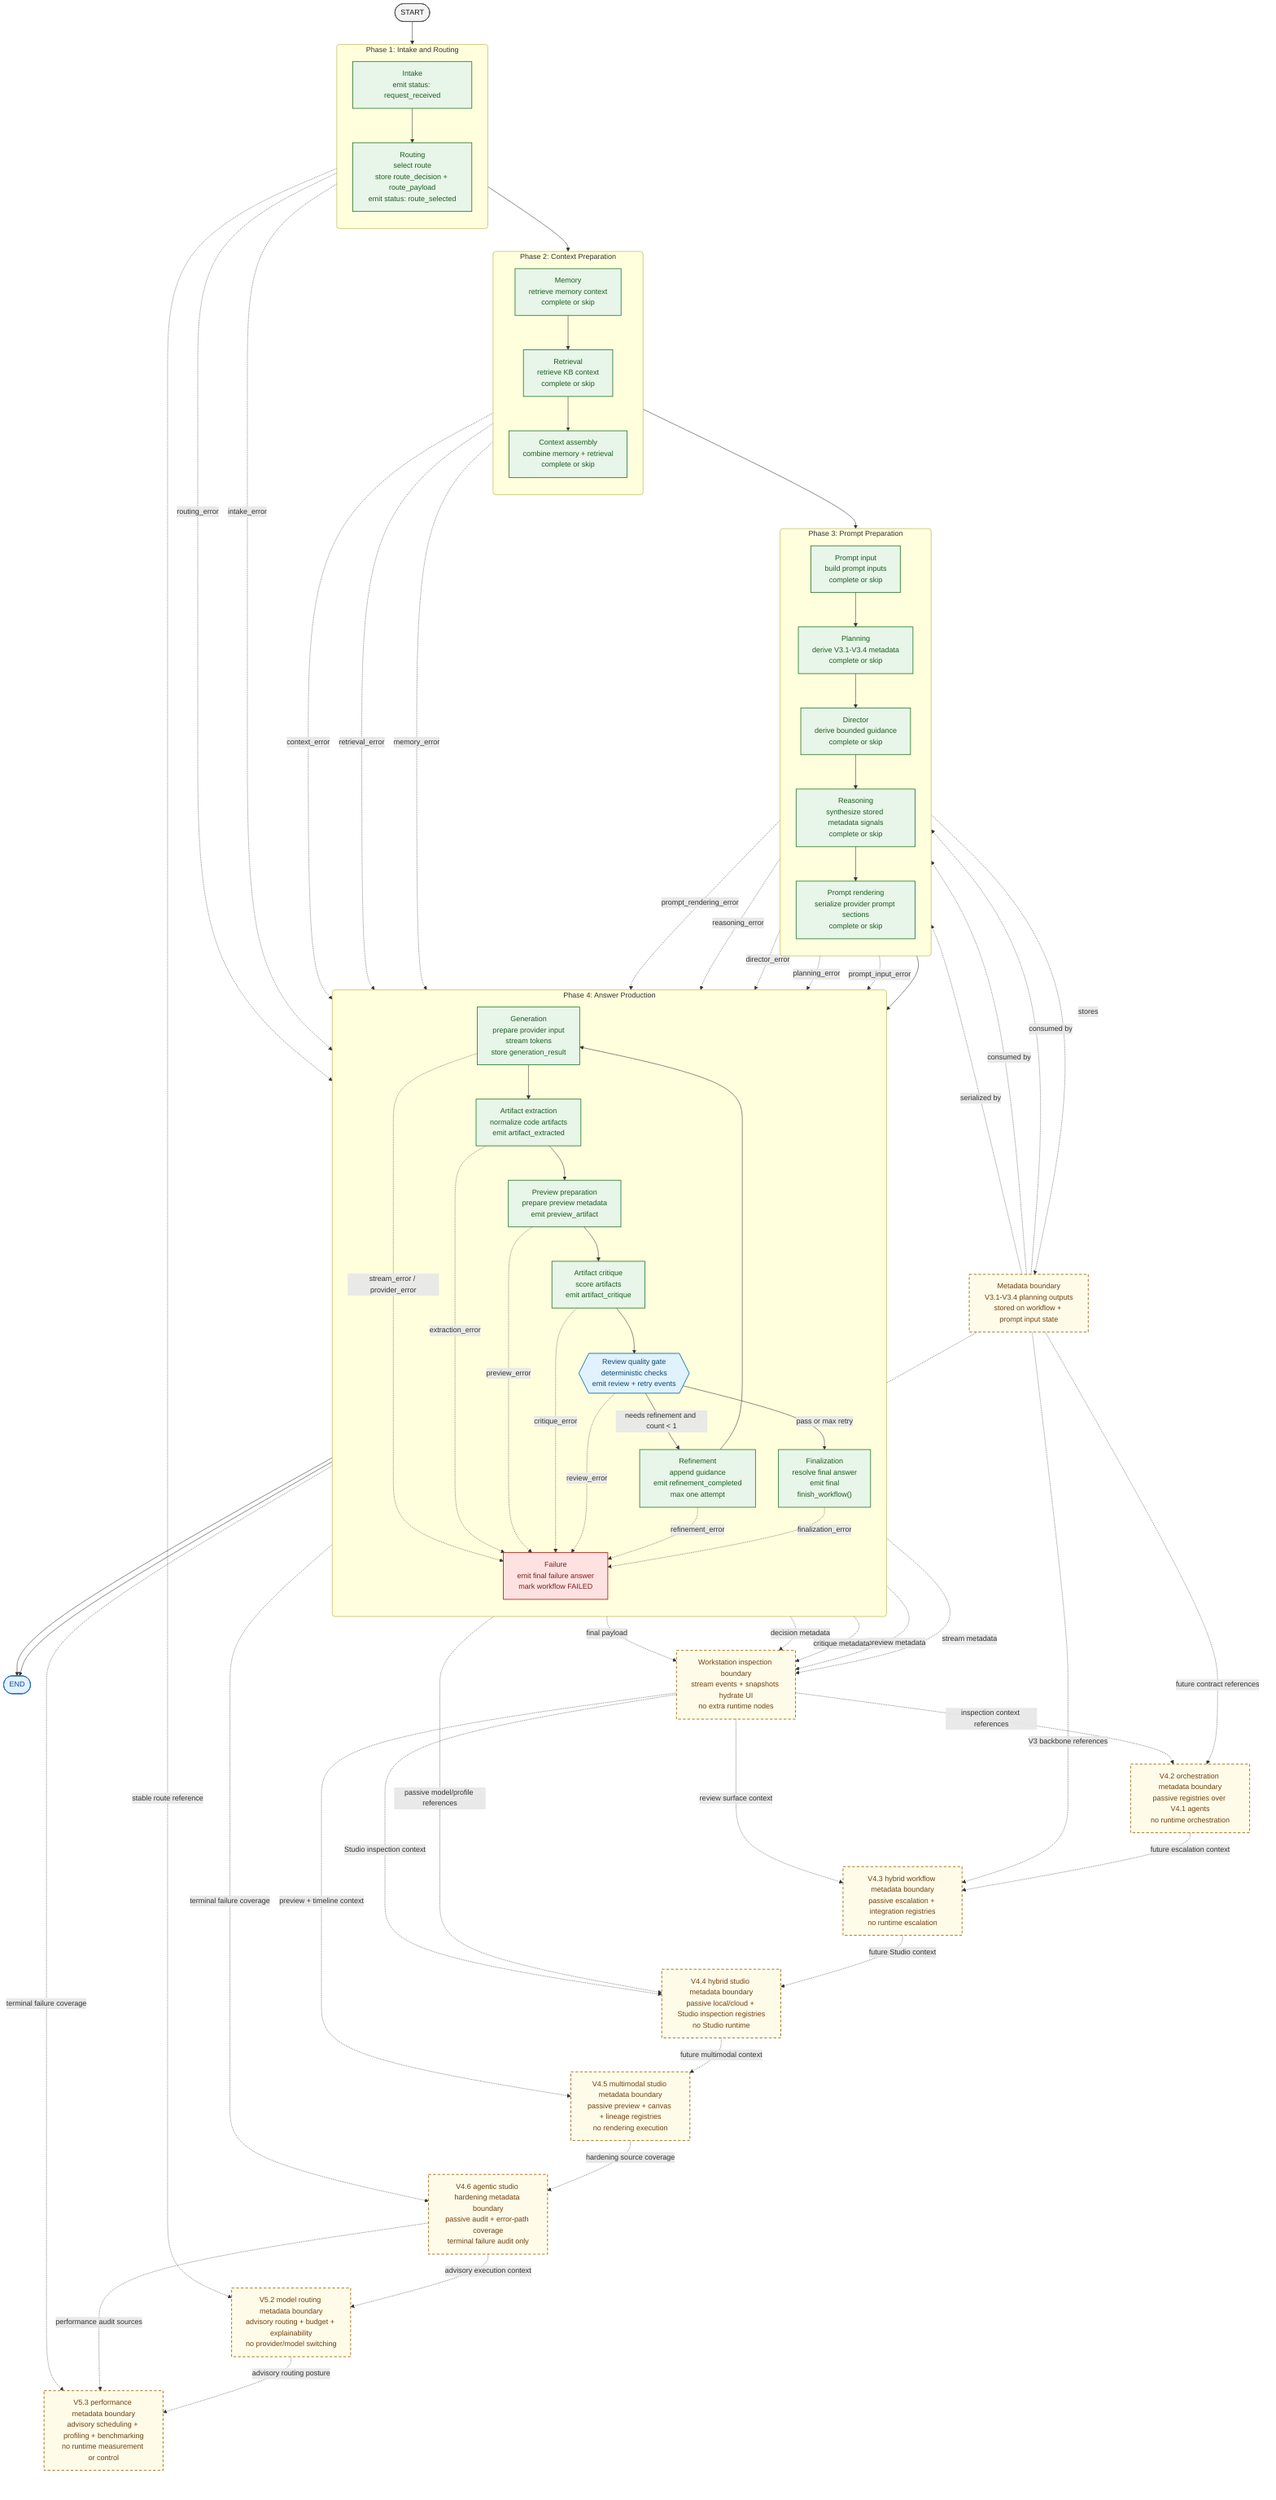
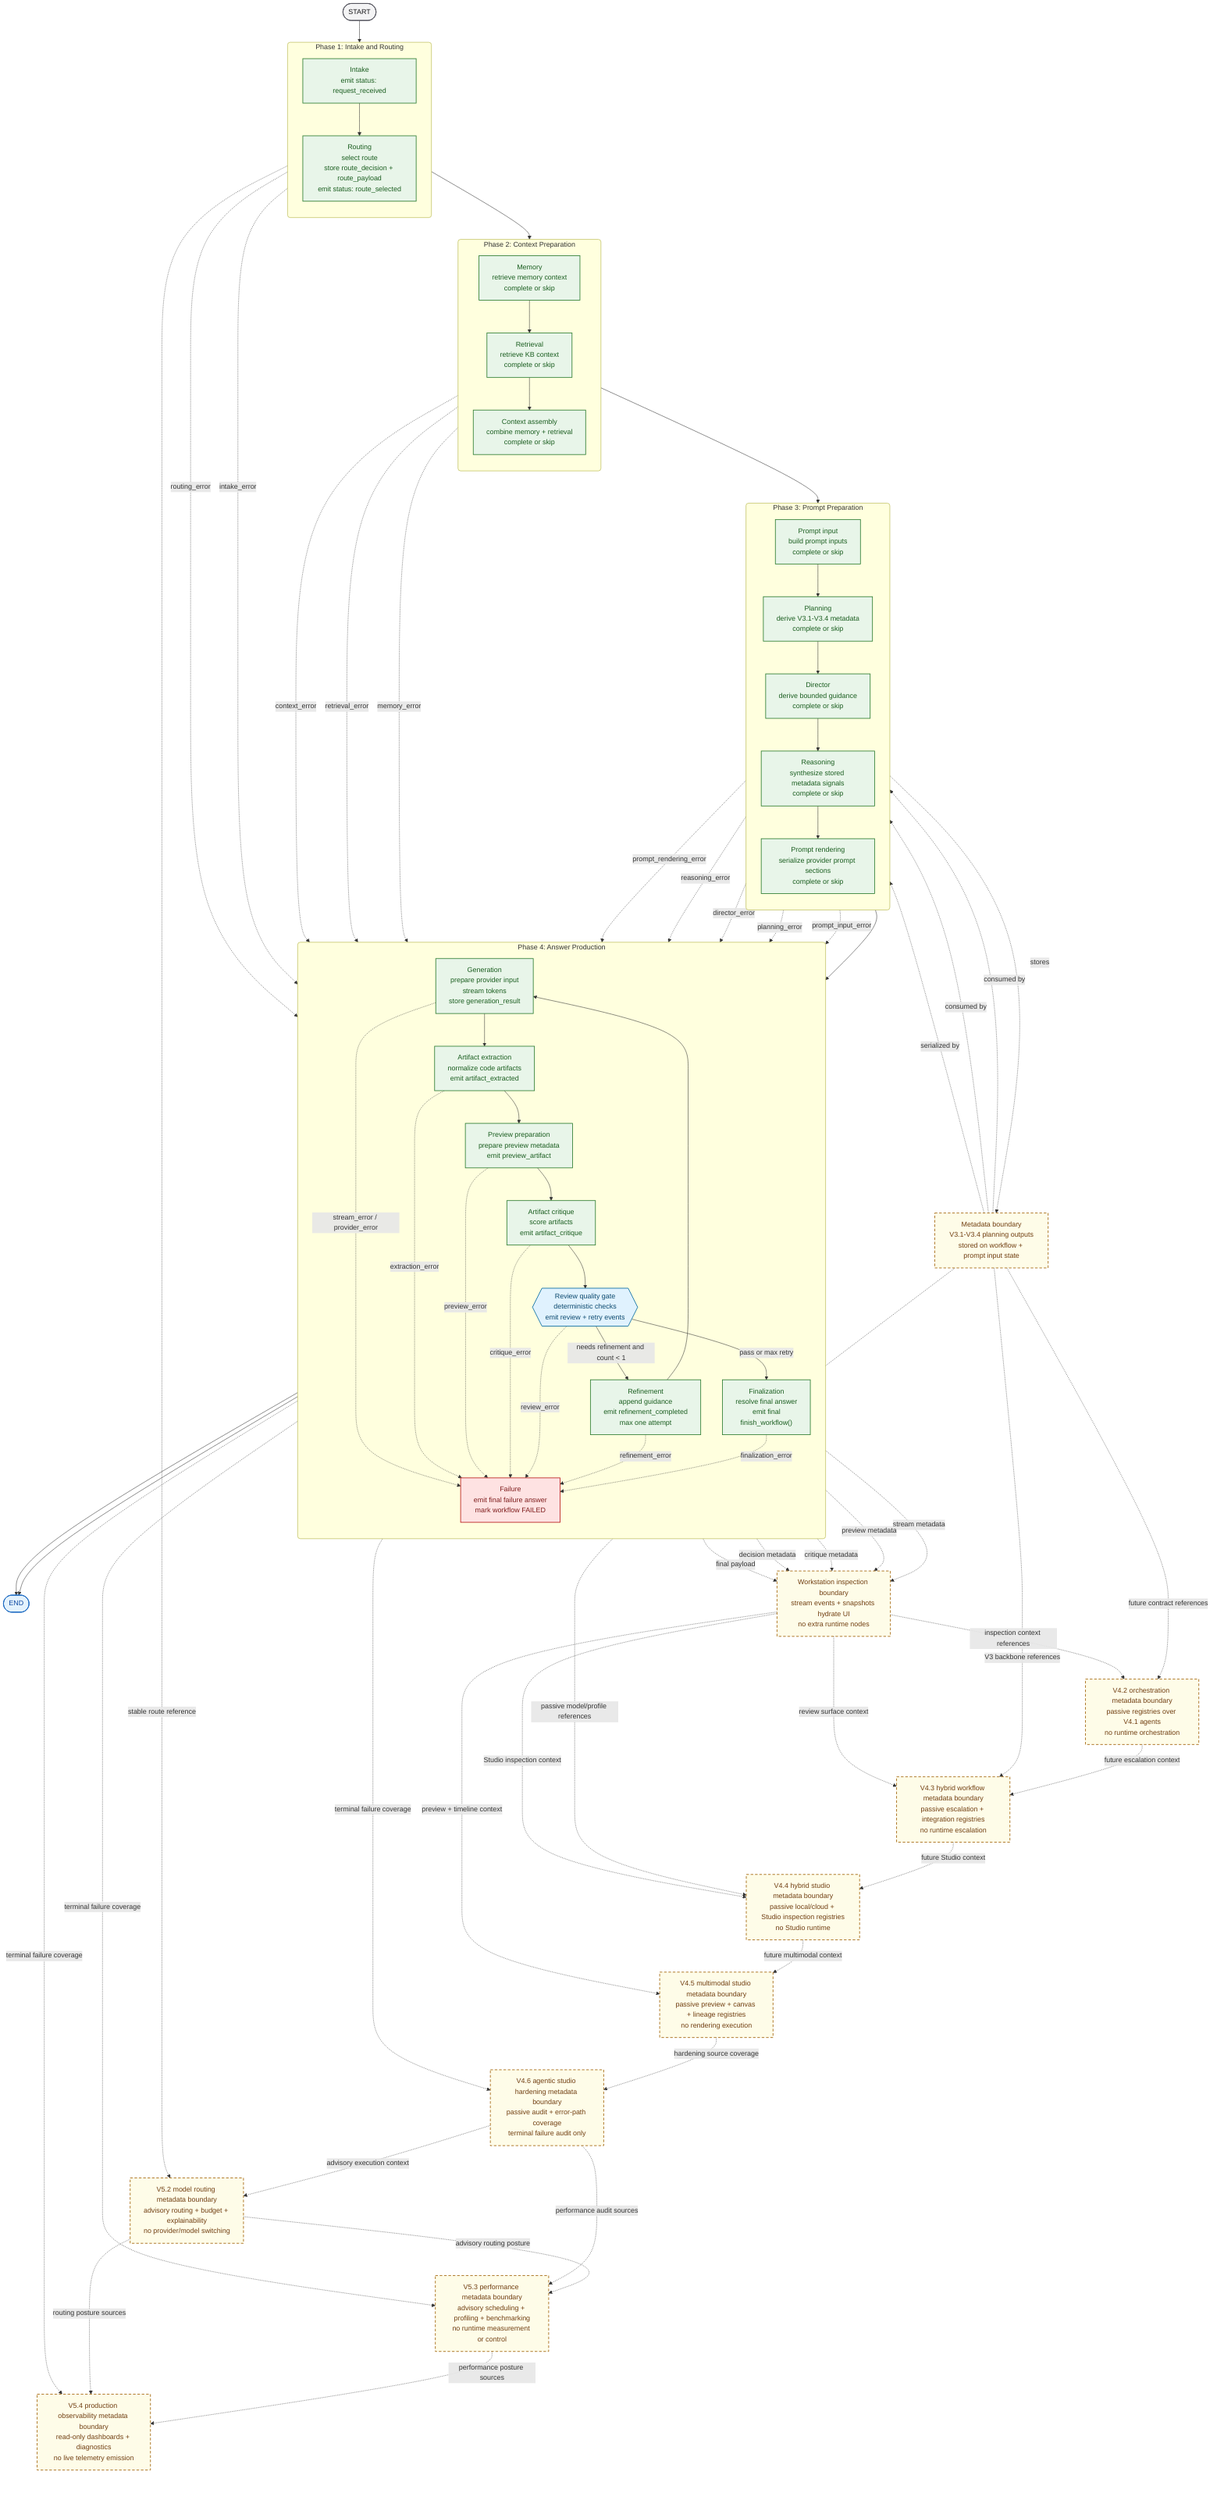
flowchart TB
    %% Class palette
    classDef boundary fill:#F4F4F5,stroke:#52525B,color:#18181B,stroke-width:1.5px;
    classDef implemented fill:#E8F5E9,stroke:#2E7D32,color:#1B5E20,stroke-width:1.5px;
    classDef gate fill:#E0F2FE,stroke:#0369A1,color:#0C4A6E,stroke-width:1.5px;
    classDef failure fill:#FEE2E2,stroke:#B91C1C,color:#7F1D1D,stroke-width:1.5px;
    classDef terminal fill:#E3F2FD,stroke:#1565C0,color:#0D47A1,stroke-width:1.5px;
    classDef relationship fill:#FEFCE8,stroke:#A16207,color:#713F12,stroke-width:1.5px,stroke-dasharray: 6 4;

    %% Terminal nodes
    start([START])
    finish([END])

    %% Runtime phases
    subgraph phase_1["Phase 1: Intake and Routing"]
        direction TB
        intake["Intake<br/>emit status: request_received"]
        routing["Routing<br/>select route<br/>store route_decision + route_payload<br/>emit status: route_selected"]
    end

    subgraph phase_2["Phase 2: Context Preparation"]
        direction TB
        memory["Memory<br/>retrieve memory context<br/>complete or skip"]
        retrieval["Retrieval<br/>retrieve KB context<br/>complete or skip"]
        context_assembly["Context assembly<br/>combine memory + retrieval<br/>complete or skip"]
    end

    subgraph phase_3["Phase 3: Prompt Preparation"]
        direction TB
        prompt_input["Prompt input<br/>build prompt inputs<br/>complete or skip"]
        planning["Planning<br/>derive V3.1-V3.4 metadata<br/>complete or skip"]
        director["Director<br/>derive bounded guidance<br/>complete or skip"]
        reasoning["Reasoning<br/>synthesize stored metadata signals<br/>complete or skip"]
        prompt_rendering["Prompt rendering<br/>serialize provider prompt sections<br/>complete or skip"]
    end

    subgraph phase_4["Phase 4: Answer Production"]
        direction TB
        generation["Generation<br/>prepare provider input<br/>stream tokens<br/>store generation_result"]
        artifact_extraction["Artifact extraction<br/>normalize code artifacts<br/>emit artifact_extracted"]
        preview_preparation["Preview preparation<br/>prepare preview metadata<br/>emit preview_artifact"]
        artifact_critique["Artifact critique<br/>score artifacts<br/>emit artifact_critique"]
        review{{"Review quality gate<br/>deterministic checks<br/>emit review + retry events"}}
        refinement["Refinement<br/>append guidance<br/>emit refinement_completed<br/>max one attempt"]
        finalization["Finalization<br/>resolve final answer<br/>emit final<br/>finish_workflow()"]
        failure["Failure<br/>emit final failure answer<br/>mark workflow FAILED"]
    end

    %% Documentation boundaries
    metadata_boundary["Metadata boundary<br/>V3.1-V3.4 planning outputs<br/>stored on workflow + prompt input state"]:::relationship
    workstation_boundary["Workstation inspection boundary<br/>stream events + snapshots hydrate UI<br/>no extra runtime nodes"]:::relationship
    orchestration_boundary["V4.2 orchestration metadata boundary<br/>passive registries over V4.1 agents<br/>no runtime orchestration"]:::relationship
    hybrid_workflow_boundary["V4.3 hybrid workflow metadata boundary<br/>passive escalation + integration registries<br/>no runtime escalation"]:::relationship
    hybrid_studio_boundary["V4.4 hybrid studio metadata boundary<br/>passive local/cloud + Studio inspection registries<br/>no Studio runtime"]:::relationship
    multimodal_studio_boundary["V4.5 multimodal studio metadata boundary<br/>passive preview + canvas + lineage registries<br/>no rendering execution"]:::relationship
    hardening_boundary["V4.6 agentic studio hardening metadata boundary<br/>passive audit + error-path coverage<br/>terminal failure audit only"]:::relationship
    model_routing_boundary["V5.2 model routing metadata boundary<br/>advisory routing + budget + explainability<br/>no provider/model switching"]:::relationship
    performance_boundary["V5.3 performance metadata boundary<br/>advisory scheduling + profiling + benchmarking<br/>no runtime measurement or control"]:::relationship
+     observability_boundary["V5.4 production observability metadata boundary<br/>read-only dashboards + diagnostics<br/>no live telemetry emission"]:::relationship

    %% Main success path
    start --> intake --> routing --> memory --> retrieval --> context_assembly --> prompt_input --> planning --> director --> reasoning --> prompt_rendering --> generation --> artifact_extraction --> preview_preparation --> artifact_critique --> review
    review -->|"pass or max retry"| finalization --> finish
    review -->|"needs refinement and count < 1"| refinement --> generation

    %% Metadata and inspection boundaries
    planning -. stores .-> metadata_boundary
    metadata_boundary -. consumed by .-> director
    metadata_boundary -. consumed by .-> reasoning
    metadata_boundary -. serialized by .-> prompt_rendering
    artifact_extraction -. stream metadata .-> workstation_boundary
    preview_preparation -. preview metadata .-> workstation_boundary
    artifact_critique -. critique metadata .-> workstation_boundary
    review -. decision metadata .-> workstation_boundary
    finalization -. final payload .-> workstation_boundary
    metadata_boundary -. future contract references .-> orchestration_boundary
    workstation_boundary -. inspection context references .-> orchestration_boundary
    orchestration_boundary -. future escalation context .-> hybrid_workflow_boundary
    metadata_boundary -. V3 backbone references .-> hybrid_workflow_boundary
    workstation_boundary -. review surface context .-> hybrid_workflow_boundary
    hybrid_workflow_boundary -. future Studio context .-> hybrid_studio_boundary
    metadata_boundary -. passive model/profile references .-> hybrid_studio_boundary
    workstation_boundary -. Studio inspection context .-> hybrid_studio_boundary
    hybrid_studio_boundary -. future multimodal context .-> multimodal_studio_boundary
    workstation_boundary -. preview + timeline context .-> multimodal_studio_boundary
    multimodal_studio_boundary -. hardening source coverage .-> hardening_boundary
    failure -. terminal failure coverage .-> hardening_boundary
    hardening_boundary -. advisory execution context .-> model_routing_boundary
    routing -. stable route reference .-> model_routing_boundary
    model_routing_boundary -. advisory routing posture .-> performance_boundary
    hardening_boundary -. performance audit sources .-> performance_boundary
    failure -. terminal failure coverage .-> performance_boundary
+     performance_boundary -. performance posture sources .-> observability_boundary
+     model_routing_boundary -. routing posture sources .-> observability_boundary
+     failure -. terminal failure coverage .-> observability_boundary

    %% Failure paths
    intake -. intake_error .-> failure
    routing -. routing_error .-> failure
    memory -. memory_error .-> failure
    retrieval -. retrieval_error .-> failure
    context_assembly -. context_error .-> failure
    prompt_input -. prompt_input_error .-> failure
    planning -. planning_error .-> failure
    director -. director_error .-> failure
    reasoning -. reasoning_error .-> failure
    prompt_rendering -. prompt_rendering_error .-> failure
    generation -. stream_error / provider_error .-> failure
    artifact_extraction -. extraction_error .-> failure
    preview_preparation -. preview_error .-> failure
    artifact_critique -. critique_error .-> failure
    review -. review_error .-> failure
    refinement -. refinement_error .-> failure
    finalization -. finalization_error .-> failure
    failure --> finish

    %% Node classes
    class start boundary
    class finish terminal
    class intake,routing,memory,retrieval,context_assembly,prompt_input,planning,director,reasoning,prompt_rendering,generation,artifact_extraction,preview_preparation,artifact_critique,refinement,finalization implemented
    class review gate
    class failure failure
-     class metadata_boundary,workstation_boundary,orchestration_boundary,hybrid_workflow_boundary,hybrid_studio_boundary,multimodal_studio_boundary,hardening_boundary,model_routing_boundary,performance_boundary relationship
+     class metadata_boundary,workstation_boundary,orchestration_boundary,hybrid_workflow_boundary,hybrid_studio_boundary,multimodal_studio_boundary,hardening_boundary,model_routing_boundary,performance_boundary,observability_boundary relationship

    %% Subgraph styling
    style phase_1 rx:6px,ry:6px
    style phase_2 rx:6px,ry:6px
    style phase_3 rx:6px,ry:6px
    style phase_4 rx:6px,ry:6px
